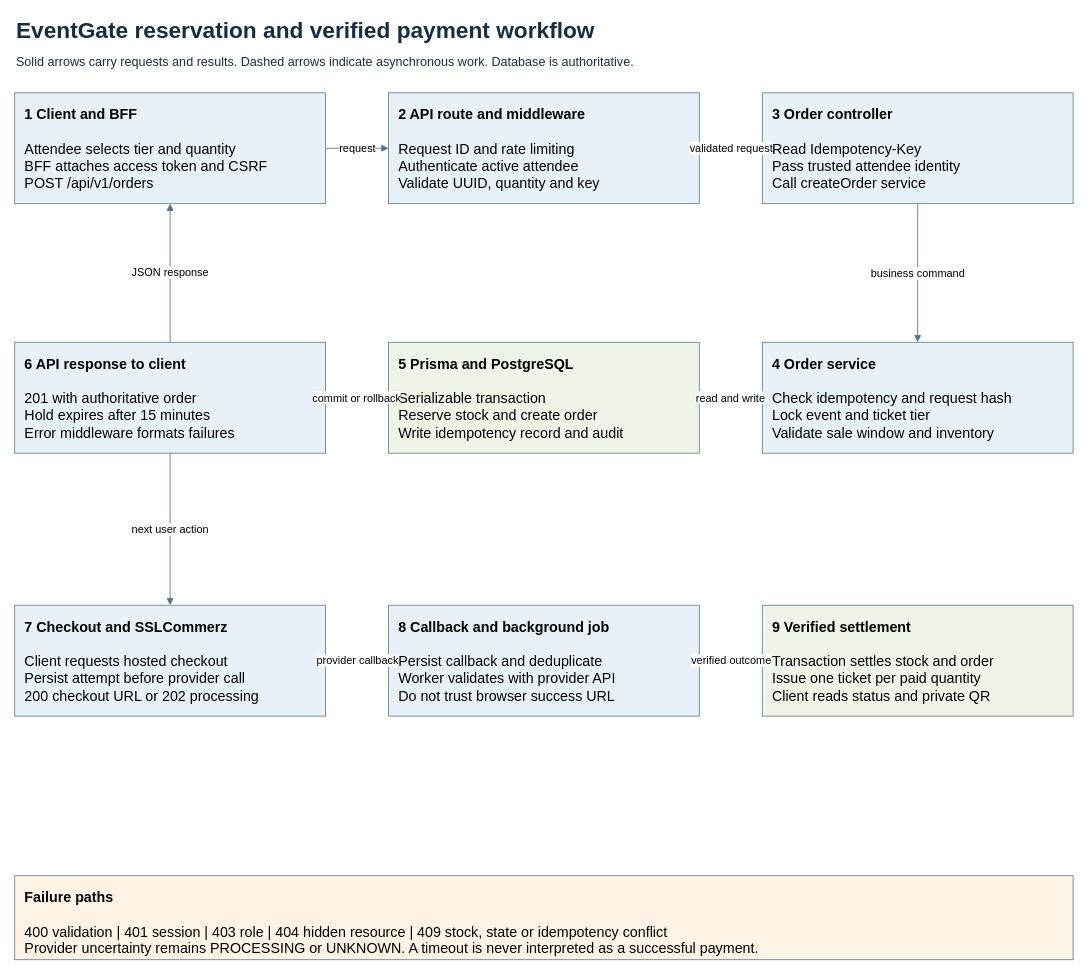
Earlier version of the draw.io diagram page "EventGate ticket reservation workflow" (1 of 2) of diagrams/eventgate-workflows.drawio (SayemHasan74/eventgate-system-design). Source tidied: cells renumbered, new cells numbered last; positions are measured from the earlier drawing's top-left corner, leaving out a move shared by most shapes. Both pictures are drawn from the tidied source at 84%, with x=0, y=0 at pixel (14, 14).
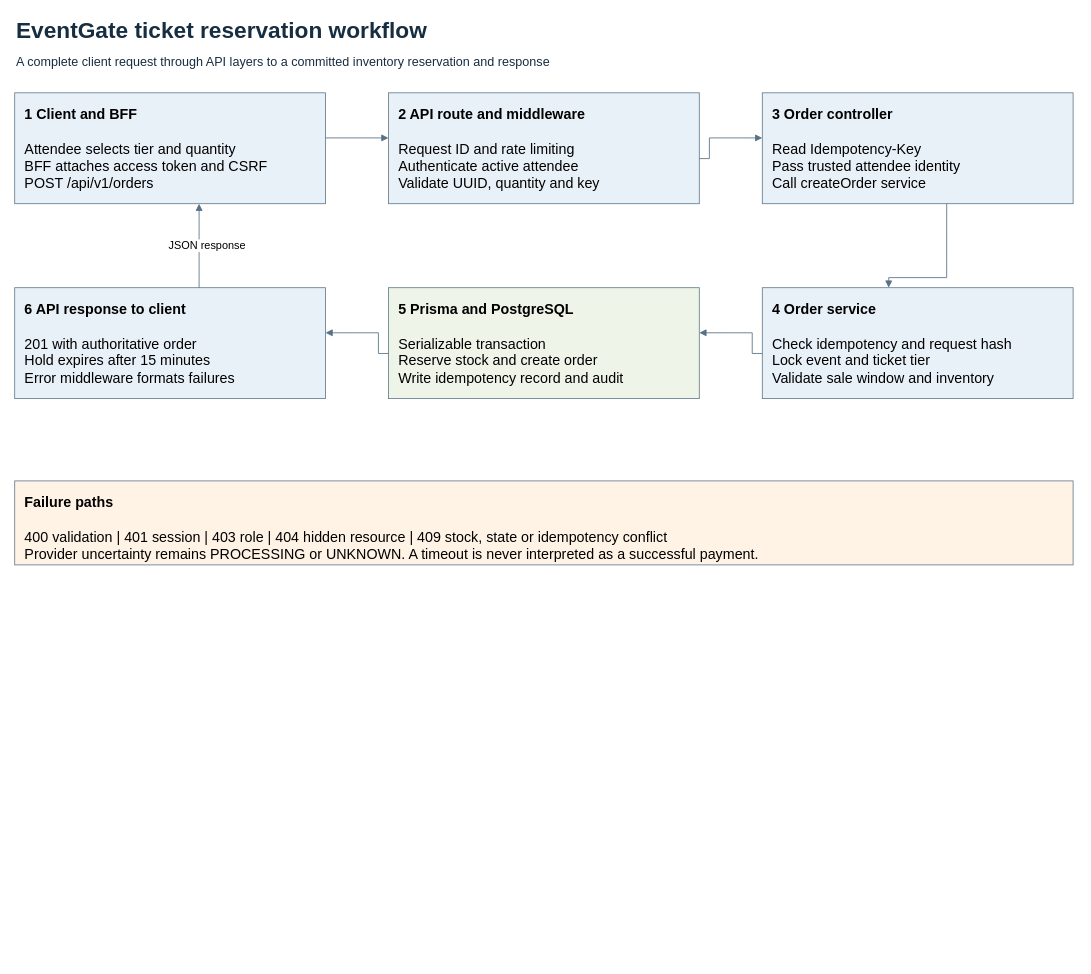
The same page after the edit.

The change refers to these unchanged cells:
```xml
<mxCell id="4" value="&lt;b&gt;1 Client and BFF&lt;/b&gt;&lt;br&gt;&lt;br&gt;Attendee selects tier and quantity&lt;br&gt;BFF attaches access token and CSRF&lt;br&gt;POST /api/v1/orders" style="rounded=0;whiteSpace=wrap;html=1;align=left;verticalAlign=top;spacing=12;fontFamily=Arial;fontSize=17;fillColor=#e9f1f8;strokeColor=#657c8f;" parent="1" vertex="1">
  <mxGeometry y="93" width="370" height="132" as="geometry" />
</mxCell>
<mxCell id="5" value="&lt;b&gt;2 API route and middleware&lt;/b&gt;&lt;br&gt;&lt;br&gt;Request ID and rate limiting&lt;br&gt;Authenticate active attendee&lt;br&gt;Validate UUID, quantity and key" style="rounded=0;whiteSpace=wrap;html=1;align=left;verticalAlign=top;spacing=12;fontFamily=Arial;fontSize=17;fillColor=#e9f1f8;strokeColor=#657c8f;" parent="1" vertex="1">
  <mxGeometry x="445" y="93" width="370" height="132" as="geometry" />
</mxCell>
<mxCell id="6" value="&lt;b&gt;3 Order controller&lt;/b&gt;&lt;br&gt;&lt;br&gt;Read Idempotency-Key&lt;br&gt;Pass trusted attendee identity&lt;br&gt;Call createOrder service" style="rounded=0;whiteSpace=wrap;html=1;align=left;verticalAlign=top;spacing=12;fontFamily=Arial;fontSize=17;fillColor=#e9f1f8;strokeColor=#657c8f;" parent="1" vertex="1">
  <mxGeometry x="890" y="93" width="370" height="132" as="geometry" />
</mxCell>
```

The edit, as a diff of the source:
```diff
@@
-    <mxCell id="2" value="EventGate reservation and verified payment workflow" style="text;html=0;align=left;verticalAlign=middle;fontSize=27;fontStyle=1;fontColor=#172d40;" parent="1" vertex="1">
+    <mxCell id="2" value="EventGate ticket reservation workflow" style="text;html=0;align=left;verticalAlign=middle;fontSize=27;fontStyle=1;fontColor=#172d40;" parent="1" vertex="1">
       <mxGeometry width="1264" height="32" as="geometry" />
     </mxCell>
-    <mxCell id="3" value="Solid arrows carry requests and results. Dashed arrows indicate asynchronous work. Database is authoritative." style="text;html=0;align=left;verticalAlign=middle;fontSize=15;fontStyle=0;fontColor=#172d40;" parent="1" vertex="1">
+    <mxCell id="3" value="A complete client request through API layers to a committed inventory reservation and response" style="text;html=0;align=left;verticalAlign=middle;fontSize=15;fontStyle=0;fontColor=#172d40;" parent="1" vertex="1">
       <mxGeometry y="39" width="1264" height="32" as="geometry" />
     </mxCell>
@@
     <mxCell id="7" value="&lt;b&gt;4 Order service&lt;/b&gt;&lt;br&gt;&lt;br&gt;Check idempotency and request hash&lt;br&gt;Lock event and ticket tier&lt;br&gt;Validate sale window and inventory" style="rounded=0;whiteSpace=wrap;html=1;align=left;verticalAlign=top;spacing=12;fontFamily=Arial;fontSize=17;fillColor=#e9f1f8;strokeColor=#657c8f;" parent="1" vertex="1">
-      <mxGeometry x="890" y="390" width="370" height="132" as="geometry" />
+      <mxGeometry x="890" y="325" width="370" height="132" as="geometry" />
     </mxCell>
     <mxCell id="8" value="&lt;b&gt;5 Prisma and PostgreSQL&lt;/b&gt;&lt;br&gt;&lt;br&gt;Serializable transaction&lt;br&gt;Reserve stock and create order&lt;br&gt;Write idempotency record and audit" style="rounded=0;whiteSpace=wrap;html=1;align=left;verticalAlign=top;spacing=12;fontFamily=Arial;fontSize=17;fillColor=#eff4e9;strokeColor=#657c8f;" parent="1" vertex="1">
-      <mxGeometry x="445" y="390" width="370" height="132" as="geometry" />
+      <mxGeometry x="445" y="325" width="370" height="132" as="geometry" />
     </mxCell>
     <mxCell id="9" value="&lt;b&gt;6 API response to client&lt;/b&gt;&lt;br&gt;&lt;br&gt;201 with authoritative order&lt;br&gt;Hold expires after 15 minutes&lt;br&gt;Error middleware formats failures" style="rounded=0;whiteSpace=wrap;html=1;align=left;verticalAlign=top;spacing=12;fontFamily=Arial;fontSize=17;fillColor=#e9f1f8;strokeColor=#657c8f;" parent="1" vertex="1">
-      <mxGeometry y="390" width="370" height="132" as="geometry" />
+      <mxGeometry y="325" width="370" height="132" as="geometry" />
     </mxCell>
-    <mxCell id="10" value="&lt;b&gt;7 Checkout and SSLCommerz&lt;/b&gt;&lt;br&gt;&lt;br&gt;Client requests hosted checkout&lt;br&gt;Persist attempt before provider call&lt;br&gt;200 checkout URL or 202 processing" style="rounded=0;whiteSpace=wrap;html=1;align=left;verticalAlign=top;spacing=12;fontFamily=Arial;fontSize=17;fillColor=#e9f1f8;strokeColor=#657c8f;" parent="1" vertex="1">
-      <mxGeometry y="703" width="370" height="132" as="geometry" />
-    </mxCell>
-    <mxCell id="11" value="&lt;b&gt;8 Callback and background job&lt;/b&gt;&lt;br&gt;&lt;br&gt;Persist callback and deduplicate&lt;br&gt;Worker validates with provider API&lt;br&gt;Do not trust browser success URL" style="rounded=0;whiteSpace=wrap;html=1;align=left;verticalAlign=top;spacing=12;fontFamily=Arial;fontSize=17;fillColor=#e9f1f8;strokeColor=#657c8f;" parent="1" vertex="1">
-      <mxGeometry x="445" y="703" width="370" height="132" as="geometry" />
-    </mxCell>
-    <mxCell id="12" value="&lt;b&gt;9 Verified settlement&lt;/b&gt;&lt;br&gt;&lt;br&gt;Transaction settles stock and order&lt;br&gt;Issue one ticket per paid quantity&lt;br&gt;Client reads status and private QR" style="rounded=0;whiteSpace=wrap;html=1;align=left;verticalAlign=top;spacing=12;fontFamily=Arial;fontSize=17;fillColor=#eff4e9;strokeColor=#657c8f;" parent="1" vertex="1">
-      <mxGeometry x="890" y="703" width="370" height="132" as="geometry" />
-    </mxCell>
     <mxCell id="13" value="&lt;b&gt;Failure paths&lt;/b&gt;&lt;br&gt;&lt;br&gt;400 validation | 401 session | 403 role | 404 hidden resource | 409 stock, state or idempotency conflict&lt;br&gt;Provider uncertainty remains PROCESSING or UNKNOWN. A timeout is never interpreted as a successful payment." style="rounded=0;whiteSpace=wrap;html=1;align=left;verticalAlign=top;spacing=12;fontFamily=Arial;fontSize=17;fillColor=#fff3e6;strokeColor=#657c8f;" parent="1" vertex="1">
-      <mxGeometry y="1025" width="1260" height="100" as="geometry" />
+      <mxGeometry y="555" width="1260" height="100" as="geometry" />
     </mxCell>
-    <mxCell id="14" value="request" style="edgeStyle=orthogonalEdgeStyle;rounded=0;html=1;fontSize=13;labelBackgroundColor=#ffffff;strokeColor=#557087;endArrow=block;endFill=1;dashed=0;" parent="1" edge="1" source="4" target="5">
-      <mxGeometry relative="1" as="geometry" />
+    <mxCell id="14" style="edgeStyle=none;rounded=0;html=1;fontSize=13;labelBackgroundColor=#ffffff;strokeColor=#557087;endArrow=block;endFill=1;exitX=1;exitY=0.4066666666666667;entryX=0;entryY=0.4066666666666667;exitPerimeter=0;entryPerimeter=0;dashed=0;" parent="1" edge="1" source="4" target="5">
+      <mxGeometry y="-9" relative="1" as="geometry" />
     </mxCell>
-    <mxCell id="15" value="validated request" style="edgeStyle=orthogonalEdgeStyle;rounded=0;html=1;fontSize=13;labelBackgroundColor=#ffffff;strokeColor=#557087;endArrow=block;endFill=1;dashed=0;" parent="1" edge="1" source="5" target="6">
-      <mxGeometry relative="1" as="geometry" />
+    <mxCell id="15" style="edgeStyle=none;rounded=0;html=1;fontSize=13;labelBackgroundColor=#ffffff;strokeColor=#557087;endArrow=block;endFill=1;exitX=1;exitY=0.5933333333333334;entryX=0;entryY=0.4066666666666667;exitPerimeter=0;entryPerimeter=0;dashed=0;" parent="1" edge="1" source="5" target="6">
+      <mxGeometry y="-9" relative="1" as="geometry">
+        <Array as="points">
+          <mxPoint x="827" y="171.3" />
+          <mxPoint x="827" y="146.7" />
+        </Array>
+      </mxGeometry>
     </mxCell>
-    <mxCell id="16" value="business command" style="edgeStyle=orthogonalEdgeStyle;rounded=0;html=1;fontSize=13;labelBackgroundColor=#ffffff;strokeColor=#557087;endArrow=block;endFill=1;dashed=0;" parent="1" edge="1" source="6" target="7">
-      <mxGeometry relative="1" as="geometry" />
+    <mxCell id="16" style="edgeStyle=none;rounded=0;html=1;fontSize=13;labelBackgroundColor=#ffffff;strokeColor=#557087;endArrow=block;endFill=1;exitX=0.5933333333333334;exitY=1;entryX=0.4066666666666667;entryY=0;exitPerimeter=0;entryPerimeter=0;dashed=0;" parent="1" edge="1" source="6" target="7">
+      <mxGeometry y="-9" relative="1" as="geometry">
+        <Array as="points">
+          <mxPoint x="1109.5" y="313" />
+          <mxPoint x="1040.5" y="313" />
+        </Array>
+      </mxGeometry>
     </mxCell>
-    <mxCell id="17" value="read and write" style="edgeStyle=orthogonalEdgeStyle;rounded=0;html=1;fontSize=13;labelBackgroundColor=#ffffff;strokeColor=#557087;endArrow=block;endFill=1;dashed=0;" parent="1" edge="1" source="7" target="8">
-      <mxGeometry relative="1" as="geometry" />
+    <mxCell id="17" style="edgeStyle=none;rounded=0;html=1;fontSize=13;labelBackgroundColor=#ffffff;strokeColor=#557087;endArrow=block;endFill=1;exitX=0;exitY=0.5933333333333334;entryX=1;entryY=0.4066666666666667;exitPerimeter=0;entryPerimeter=0;dashed=0;" parent="1" edge="1" source="7" target="8">
+      <mxGeometry y="-9" relative="1" as="geometry">
+        <Array as="points">
+          <mxPoint x="878" y="403.3" />
+          <mxPoint x="878" y="378.7" />
+        </Array>
+      </mxGeometry>
     </mxCell>
-    <mxCell id="18" value="commit or rollback" style="edgeStyle=orthogonalEdgeStyle;rounded=0;html=1;fontSize=13;labelBackgroundColor=#ffffff;strokeColor=#557087;endArrow=block;endFill=1;dashed=0;" parent="1" edge="1" source="8" target="9">
-      <mxGeometry relative="1" as="geometry" />
+    <mxCell id="18" style="edgeStyle=none;rounded=0;html=1;fontSize=13;labelBackgroundColor=#ffffff;strokeColor=#557087;endArrow=block;endFill=1;exitX=0;exitY=0.5933333333333334;entryX=1;entryY=0.4066666666666667;exitPerimeter=0;entryPerimeter=0;dashed=0;" parent="1" edge="1" source="8" target="9">
+      <mxGeometry y="-9" relative="1" as="geometry">
+        <Array as="points">
+          <mxPoint x="433" y="403.3" />
+          <mxPoint x="433" y="378.7" />
+        </Array>
+      </mxGeometry>
     </mxCell>
-    <mxCell id="19" value="JSON response" style="edgeStyle=orthogonalEdgeStyle;rounded=0;html=1;fontSize=13;labelBackgroundColor=#ffffff;strokeColor=#557087;endArrow=block;endFill=1;dashed=0;" parent="1" edge="1" source="9" target="4">
-      <mxGeometry relative="1" as="geometry" />
+    <mxCell id="19" value="JSON response" style="edgeStyle=none;rounded=0;html=1;fontSize=13;labelBackgroundColor=#ffffff;strokeColor=#557087;endArrow=block;endFill=1;exitX=0.5933333333333334;exitY=0;entryX=0.5933333333333334;entryY=1;exitPerimeter=0;entryPerimeter=0;dashed=0;" parent="1" edge="1" source="9" target="4">
+      <mxGeometry y="-9" relative="1" as="geometry" />
     </mxCell>
-    <mxCell id="20" value="next user action" style="edgeStyle=orthogonalEdgeStyle;rounded=0;html=1;fontSize=13;labelBackgroundColor=#ffffff;strokeColor=#557087;endArrow=block;endFill=1;dashed=0;" parent="1" edge="1" source="9" target="10">
-      <mxGeometry relative="1" as="geometry" />
-    </mxCell>
-    <mxCell id="21" value="provider callback" style="edgeStyle=orthogonalEdgeStyle;rounded=0;html=1;fontSize=13;labelBackgroundColor=#ffffff;strokeColor=#557087;endArrow=block;endFill=1;dashed=0;" parent="1" edge="1" source="10" target="11">
-      <mxGeometry relative="1" as="geometry" />
-    </mxCell>
-    <mxCell id="22" value="verified outcome" style="edgeStyle=orthogonalEdgeStyle;rounded=0;html=1;fontSize=13;labelBackgroundColor=#ffffff;strokeColor=#557087;endArrow=block;endFill=1;dashed=1;" parent="1" edge="1" source="11" target="12">
-      <mxGeometry relative="1" as="geometry" />
-    </mxCell>
```
